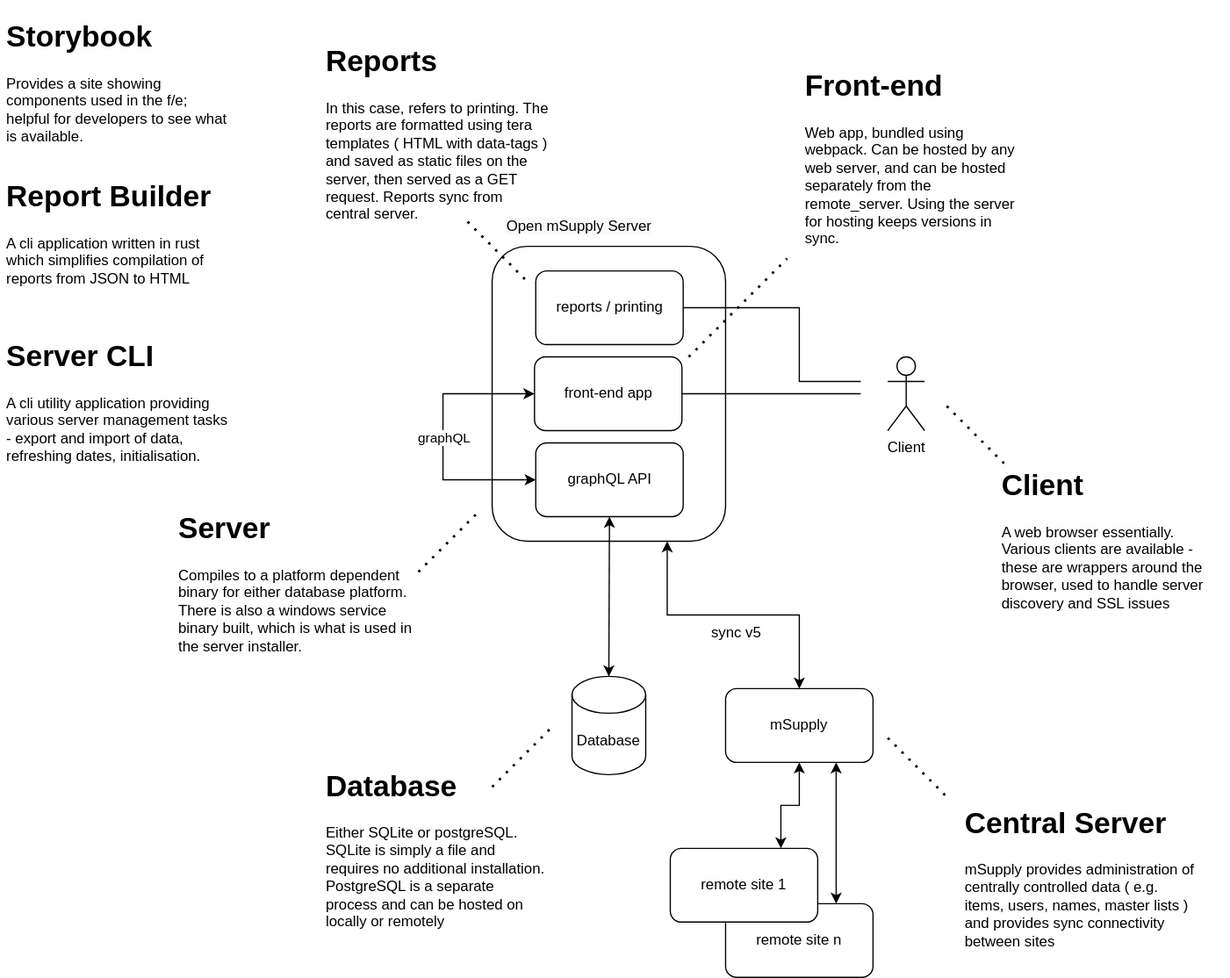
This is architecture.drawio.svg from msupply-foundation/open-msupply, a draw.io export, as it was before one commit. Source tidied: cells renumbered, new cells last; positions are measured from the earlier drawing's top-left corner, leaving out a move shared by most shapes. The source it was exported from:
```xml
<mxGraphModel>
  <root>
    <mxCell id="0" />
    <mxCell id="1" parent="0" />
    <mxCell id="2" value="remote site n" style="rounded=1;whiteSpace=wrap;html=1;fillColor=none;" parent="1" vertex="1">
      <mxGeometry x="590" y="725" width="120" height="60" as="geometry" />
    </mxCell>
    <mxCell id="3" value="Database" style="shape=cylinder3;whiteSpace=wrap;html=1;boundedLbl=1;backgroundOutline=1;size=15;" parent="1" vertex="1">
      <mxGeometry x="465" y="540" width="60" height="80" as="geometry" />
    </mxCell>
    <mxCell id="4" style="rounded=1;whiteSpace=wrap;html=1;rotation=0;" parent="1" vertex="1">
      <mxGeometry x="400" y="190" width="190" height="240" as="geometry" />
    </mxCell>
    <mxCell id="5" value="&lt;meta charset=&quot;utf-8&quot;&gt;&lt;span style=&quot;color: rgb(0, 0, 0); font-family: Helvetica; font-size: 12px; font-style: normal; font-variant-ligatures: normal; font-variant-caps: normal; font-weight: 400; letter-spacing: normal; orphans: 2; text-align: center; text-indent: 0px; text-transform: none; widows: 2; word-spacing: 0px; -webkit-text-stroke-width: 0px; background-color: rgb(248, 249, 250); text-decoration-thickness: initial; text-decoration-style: initial; text-decoration-color: initial; float: none; display: inline !important;&quot;&gt;Open mSupply Server&lt;/span&gt;" style="text;whiteSpace=wrap;html=1;fillColor=none;" parent="1" vertex="1">
      <mxGeometry x="410" y="160" width="150" height="25" as="geometry" />
    </mxCell>
    <mxCell id="6" style="endArrow=classic;html=1;rounded=0;exitX=0;exitY=0.5;exitDx=0;exitDy=0;startArrow=classic;startFill=1;entryX=0;entryY=0.5;entryDx=0;entryDy=0;" parent="1" edge="1" source="10" target="13">
      <mxGeometry relative="1" as="geometry">
        <Array as="points">
          <mxPoint x="360" y="310" />
          <mxPoint x="360" y="380" />
        </Array>
      </mxGeometry>
    </mxCell>
    <mxCell id="7" value="graphQL" style="edgeLabel;html=1;align=center;verticalAlign=middle;" parent="6" vertex="1">
      <mxGeometry relative="1" as="geometry" />
    </mxCell>
    <mxCell id="8" style="edgeStyle=none;rounded=0;jettySize=auto;html=1;sourcePerimeterSpacing=5;endArrow=classic;endFill=1;entryX=0.5;entryY=0;entryDx=0;entryDy=0;entryPerimeter=0;exitX=0.5;exitY=1;exitDx=0;exitDy=0;startArrow=classic;startFill=1;" parent="1" edge="1" source="13" target="3">
      <mxGeometry relative="1" as="geometry" />
    </mxCell>
    <mxCell id="9" value="reports / printing" style="rounded=1;whiteSpace=wrap;html=1;" parent="1" vertex="1">
      <mxGeometry x="435.5" y="210" width="120" height="60" as="geometry" />
    </mxCell>
    <mxCell id="10" value="front-end app" style="rounded=1;whiteSpace=wrap;html=1;" parent="1" vertex="1">
      <mxGeometry x="434.5" y="280" width="120" height="60" as="geometry" />
    </mxCell>
    <mxCell id="11" value="Client" style="shape=umlActor;verticalLabelPosition=bottom;verticalAlign=top;html=1;" parent="1" vertex="1">
      <mxGeometry x="722" y="280" width="30" height="60" as="geometry" />
    </mxCell>
    <mxCell id="12" style="edgeStyle=none;rounded=0;jettySize=auto;html=1;sourcePerimeterSpacing=5;endArrow=none;endFill=0;targetPerimeterSpacing=5;exitX=1;exitY=0.5;exitDx=0;exitDy=0;" parent="1" edge="1" source="10">
      <mxGeometry relative="1" as="geometry">
        <mxPoint x="700" y="310" as="targetPoint" />
      </mxGeometry>
    </mxCell>
    <mxCell id="13" value="graphQL API" style="rounded=1;whiteSpace=wrap;html=1;" parent="1" vertex="1">
      <mxGeometry x="435.5" y="350" width="120" height="60" as="geometry" />
    </mxCell>
    <mxCell id="14" style="edgeStyle=none;rounded=0;jettySize=auto;html=1;sourcePerimeterSpacing=5;endArrow=none;endFill=0;targetPerimeterSpacing=5;exitX=1;exitY=0.5;exitDx=0;exitDy=0;" parent="1" edge="1" source="9">
      <mxGeometry relative="1" as="geometry">
        <mxPoint x="700" y="300" as="targetPoint" />
        <Array as="points">
          <mxPoint x="650" y="240" />
          <mxPoint x="650" y="300" />
        </Array>
      </mxGeometry>
    </mxCell>
    <mxCell id="15" style="endArrow=none;dashed=1;html=1;dashPattern=1 3;strokeWidth=2;rounded=0;" parent="1" edge="1">
      <mxGeometry relative="1" as="geometry">
        <mxPoint x="400" y="630" as="sourcePoint" />
        <mxPoint x="450" y="580" as="targetPoint" />
      </mxGeometry>
    </mxCell>
    <mxCell id="16" value="&lt;h1&gt;Database&lt;/h1&gt;&lt;p&gt;Either SQLite or postgreSQL. SQLite is simply a file and requires no additional installation. PostgreSQL is a separate process and can be hosted on locally or remotely&lt;/p&gt;" style="text;html=1;strokeColor=none;fillColor=none;spacing=5;spacingTop=-20;whiteSpace=wrap;overflow=hidden;rounded=0;" parent="1" vertex="1">
      <mxGeometry x="260" y="610" width="190" height="150" as="geometry" />
    </mxCell>
    <mxCell id="17" style="endArrow=none;dashed=1;html=1;dashPattern=1 3;strokeWidth=2;rounded=0;" parent="1" edge="1">
      <mxGeometry relative="1" as="geometry">
        <mxPoint x="770" y="320" as="sourcePoint" />
        <mxPoint x="820" y="370" as="targetPoint" />
      </mxGeometry>
    </mxCell>
    <mxCell id="18" value="&lt;h1&gt;Client&lt;/h1&gt;&lt;p&gt;A web browser essentially. Various clients are available - these are wrappers around the browser, used to handle server discovery and SSL issues&lt;/p&gt;" style="text;html=1;strokeColor=none;fillColor=none;spacing=5;spacingTop=-20;whiteSpace=wrap;overflow=hidden;rounded=0;" parent="1" vertex="1">
      <mxGeometry x="810" y="365" width="190" height="130" as="geometry" />
    </mxCell>
    <mxCell id="19" style="endArrow=none;dashed=1;html=1;dashPattern=1 3;strokeWidth=2;rounded=0;" parent="1" edge="1">
      <mxGeometry relative="1" as="geometry">
        <mxPoint x="560" y="280" as="sourcePoint" />
        <mxPoint x="640" y="200" as="targetPoint" />
      </mxGeometry>
    </mxCell>
    <mxCell id="20" value="&lt;h1&gt;Front-end&lt;/h1&gt;&lt;p&gt;Web app, bundled using webpack. Can be hosted by any web server, and can be hosted separately from the remote_server. Using the server for hosting keeps versions in sync.&lt;/p&gt;" style="text;html=1;strokeColor=none;fillColor=none;spacing=5;spacingTop=-20;whiteSpace=wrap;overflow=hidden;rounded=0;" parent="1" vertex="1">
      <mxGeometry x="650" y="40" width="190" height="180" as="geometry" />
    </mxCell>
    <mxCell id="21" value="&lt;h1&gt;Reports&lt;/h1&gt;&lt;p&gt;In this case, refers to printing. The reports are formatted using tera templates ( HTML with data-tags ) and saved as static files on the server, then served as a GET request. Reports sync from central server.&lt;/p&gt;" style="text;html=1;strokeColor=none;fillColor=none;spacing=5;spacingTop=-20;whiteSpace=wrap;overflow=hidden;rounded=0;" parent="1" vertex="1">
      <mxGeometry x="260" y="20" width="190" height="156" as="geometry" />
    </mxCell>
    <mxCell id="22" style="edgeStyle=orthogonalEdgeStyle;rounded=0;jettySize=auto;html=1;exitX=0.5;exitY=0;exitDx=0;exitDy=0;entryX=0.75;entryY=1;entryDx=0;entryDy=0;startArrow=classic;startFill=1;" parent="1" edge="1" source="24" target="4">
      <mxGeometry relative="1" as="geometry" />
    </mxCell>
    <mxCell id="23" style="edgeStyle=orthogonalEdgeStyle;rounded=0;jettySize=auto;html=1;exitX=0.75;exitY=1;exitDx=0;exitDy=0;entryX=0.75;entryY=0;entryDx=0;entryDy=0;startArrow=classic;startFill=1;endArrow=classic;endFill=1;" parent="1" edge="1" source="24" target="2">
      <mxGeometry relative="1" as="geometry" />
    </mxCell>
    <mxCell id="24" value="mSupply" style="rounded=1;whiteSpace=wrap;html=1;fillColor=none;" parent="1" vertex="1">
      <mxGeometry x="590" y="550" width="120" height="60" as="geometry" />
    </mxCell>
    <mxCell id="25" style="endArrow=none;dashed=1;html=1;dashPattern=1 3;strokeWidth=2;rounded=0;" parent="1" edge="1">
      <mxGeometry relative="1" as="geometry">
        <mxPoint x="722" y="590" as="sourcePoint" />
        <mxPoint x="772" y="640" as="targetPoint" />
      </mxGeometry>
    </mxCell>
    <mxCell id="26" value="&lt;h1&gt;Central Server&lt;/h1&gt;&lt;p&gt;mSupply provides administration of centrally controlled data ( e.g. items, users, names, master lists ) and provides sync connectivity between sites&lt;/p&gt;" style="text;html=1;strokeColor=none;fillColor=none;spacing=5;spacingTop=-20;whiteSpace=wrap;overflow=hidden;rounded=0;" parent="1" vertex="1">
      <mxGeometry x="780" y="640" width="200" height="130" as="geometry" />
    </mxCell>
    <mxCell id="27" value="sync v5" style="text;html=1;strokeColor=none;fillColor=none;align=center;verticalAlign=middle;whiteSpace=wrap;rounded=0;" parent="1" vertex="1">
      <mxGeometry x="569" y="490" width="60" height="30" as="geometry" />
    </mxCell>
    <mxCell id="28" value="&lt;h1&gt;Storybook&lt;/h1&gt;&lt;p&gt;Provides a site showing components used in the f/e; helpful for developers to see what is available.&lt;/p&gt;" style="text;html=1;strokeColor=none;fillColor=none;spacing=5;spacingTop=-20;whiteSpace=wrap;overflow=hidden;rounded=0;" parent="1" vertex="1">
      <mxGeometry width="190" height="130" as="geometry" />
    </mxCell>
    <mxCell id="29" value="&lt;h1&gt;Report Builder&lt;/h1&gt;&lt;p&gt;A cli application written in rust which simplifies compilation of reports from JSON to HTML&lt;/p&gt;" style="text;html=1;strokeColor=none;fillColor=none;spacing=5;spacingTop=-20;whiteSpace=wrap;overflow=hidden;rounded=0;" parent="1" vertex="1">
      <mxGeometry y="130" width="190" height="110" as="geometry" />
    </mxCell>
    <mxCell id="30" style="endArrow=none;dashed=1;html=1;dashPattern=1 3;strokeWidth=2;rounded=0;" parent="1" edge="1">
      <mxGeometry relative="1" as="geometry">
        <mxPoint x="380" y="170" as="sourcePoint" />
        <mxPoint x="430" y="220" as="targetPoint" />
      </mxGeometry>
    </mxCell>
    <mxCell id="31" value="&lt;h1&gt;Server&lt;/h1&gt;&lt;p&gt;Compiles to a platform dependent binary for either database platform. There is also a windows service binary built, which is what is used in the server installer.&lt;/p&gt;" style="text;html=1;strokeColor=none;fillColor=none;spacing=5;spacingTop=-20;whiteSpace=wrap;overflow=hidden;rounded=0;" parent="1" vertex="1">
      <mxGeometry x="140" y="400" width="200" height="130" as="geometry" />
    </mxCell>
    <mxCell id="32" style="endArrow=none;dashed=1;html=1;dashPattern=1 3;strokeWidth=2;rounded=0;" parent="1" edge="1">
      <mxGeometry relative="1" as="geometry">
        <mxPoint x="340" y="455" as="sourcePoint" />
        <mxPoint x="390" y="405" as="targetPoint" />
      </mxGeometry>
    </mxCell>
    <mxCell id="33" value="&lt;h1&gt;Server CLI&lt;/h1&gt;&lt;p&gt;A cli utility application providing various server management tasks - export and import of data, refreshing dates, initialisation.&lt;/p&gt;" style="text;html=1;strokeColor=none;fillColor=none;spacing=5;spacingTop=-20;whiteSpace=wrap;overflow=hidden;rounded=0;" parent="1" vertex="1">
      <mxGeometry y="260" width="190" height="110" as="geometry" />
    </mxCell>
    <mxCell id="34" style="edgeStyle=orthogonalEdgeStyle;rounded=0;jettySize=auto;html=1;exitX=0.75;exitY=0;exitDx=0;exitDy=0;entryX=0.5;entryY=1;entryDx=0;entryDy=0;startArrow=classic;startFill=1;endArrow=classic;endFill=1;" parent="1" edge="1" source="35" target="24">
      <mxGeometry relative="1" as="geometry" />
    </mxCell>
    <mxCell id="35" value="remote site 1" style="rounded=1;whiteSpace=wrap;html=1;fillColor=default;" parent="1" vertex="1">
      <mxGeometry x="545" y="680" width="120" height="60" as="geometry" />
    </mxCell>
  </root>
</mxGraphModel>
```
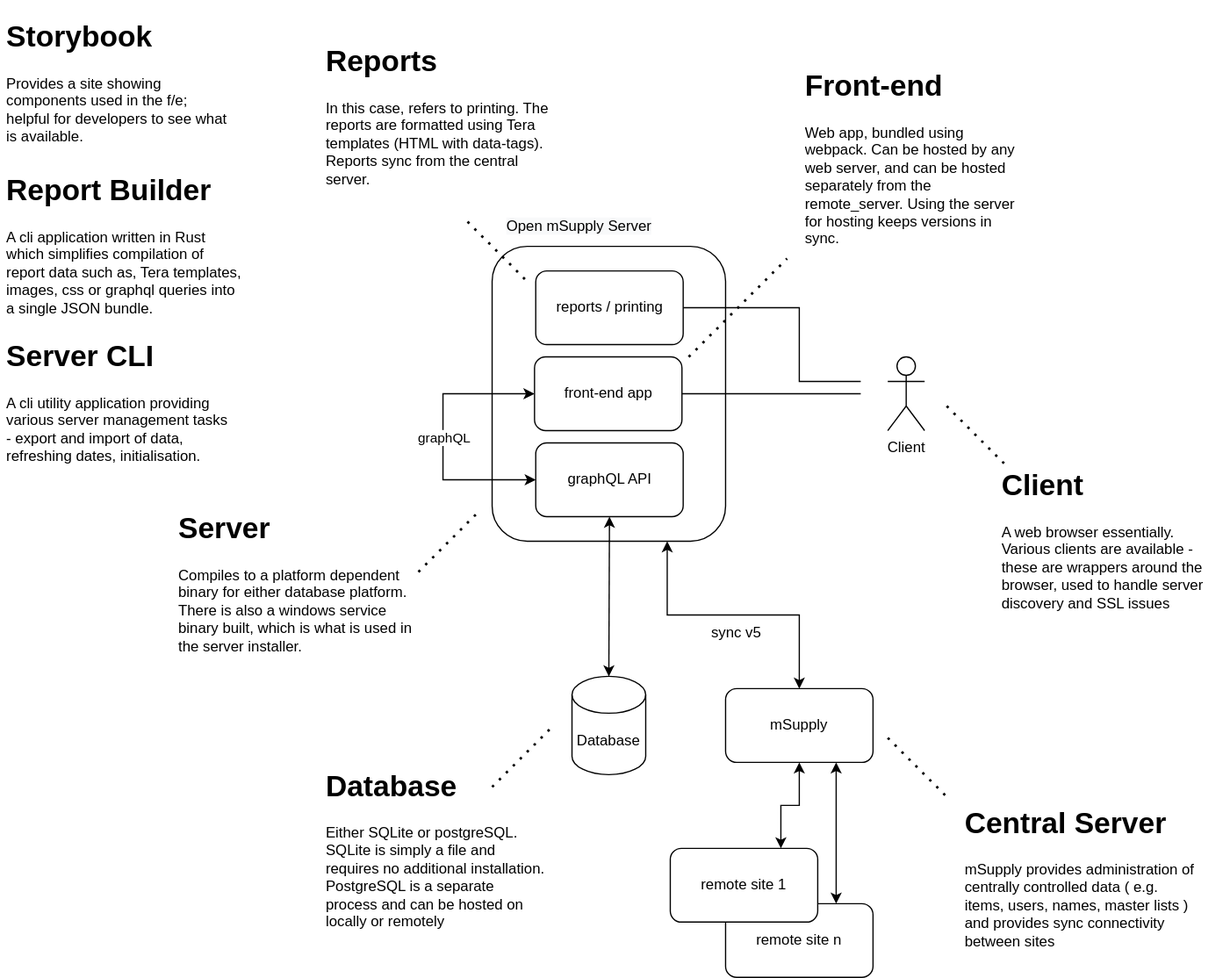
The same diagram one commit later.

Commit message:
Refine wording for report descriptions

Change to the diagram source:
```diff
@@ -81,7 +81,7 @@
     <mxCell id="20" value="&lt;h1&gt;Front-end&lt;/h1&gt;&lt;p&gt;Web app, bundled using webpack. Can be hosted by any web server, and can be hosted separately from the remote_server. Using the server for hosting keeps versions in sync.&lt;/p&gt;" style="text;html=1;strokeColor=none;fillColor=none;spacing=5;spacingTop=-20;whiteSpace=wrap;overflow=hidden;rounded=0;" parent="1" vertex="1">
       <mxGeometry x="650" y="40" width="190" height="180" as="geometry" />
     </mxCell>
-    <mxCell id="21" value="&lt;h1&gt;Reports&lt;/h1&gt;&lt;p&gt;In this case, refers to printing. The reports are formatted using tera templates ( HTML with data-tags ) and saved as static files on the server, then served as a GET request. Reports sync from central server.&lt;/p&gt;" style="text;html=1;strokeColor=none;fillColor=none;spacing=5;spacingTop=-20;whiteSpace=wrap;overflow=hidden;rounded=0;" parent="1" vertex="1">
+    <mxCell id="21" value="&lt;h1&gt;Reports&lt;/h1&gt;&lt;p&gt;In this case, refers to printing. The reports are formatted using Tera templates (HTML with data-tags). Reports sync from the central server.&lt;/p&gt;" style="text;html=1;strokeColor=none;fillColor=none;spacing=5;spacingTop=-20;whiteSpace=wrap;overflow=hidden;rounded=0;" parent="1" vertex="1">
       <mxGeometry x="260" y="20" width="190" height="156" as="geometry" />
     </mxCell>
     <mxCell id="22" style="edgeStyle=orthogonalEdgeStyle;rounded=0;jettySize=auto;html=1;exitX=0.5;exitY=0;exitDx=0;exitDy=0;entryX=0.75;entryY=1;entryDx=0;entryDy=0;startArrow=classic;startFill=1;" parent="1" edge="1" source="24" target="4">
@@ -108,8 +108,8 @@
     <mxCell id="28" value="&lt;h1&gt;Storybook&lt;/h1&gt;&lt;p&gt;Provides a site showing components used in the f/e; helpful for developers to see what is available.&lt;/p&gt;" style="text;html=1;strokeColor=none;fillColor=none;spacing=5;spacingTop=-20;whiteSpace=wrap;overflow=hidden;rounded=0;" parent="1" vertex="1">
       <mxGeometry width="190" height="130" as="geometry" />
     </mxCell>
-    <mxCell id="29" value="&lt;h1&gt;Report Builder&lt;/h1&gt;&lt;p&gt;A cli application written in rust which simplifies compilation of reports from JSON to HTML&lt;/p&gt;" style="text;html=1;strokeColor=none;fillColor=none;spacing=5;spacingTop=-20;whiteSpace=wrap;overflow=hidden;rounded=0;" parent="1" vertex="1">
-      <mxGeometry y="130" width="190" height="110" as="geometry" />
+    <mxCell id="29" value="&lt;h1&gt;Report Builder&lt;/h1&gt;&lt;p&gt;A cli application written in Rust which simplifies compilation of report data such as, Tera templates, images, css or graphql queries into a single JSON bundle.&lt;/p&gt;" style="text;html=1;strokeColor=none;fillColor=none;spacing=5;spacingTop=-20;whiteSpace=wrap;overflow=hidden;rounded=0;" parent="1" vertex="1">
+      <mxGeometry y="125" width="200" height="130" as="geometry" />
     </mxCell>
     <mxCell id="30" style="endArrow=none;dashed=1;html=1;dashPattern=1 3;strokeWidth=2;rounded=0;" parent="1" edge="1">
       <mxGeometry relative="1" as="geometry">
```
